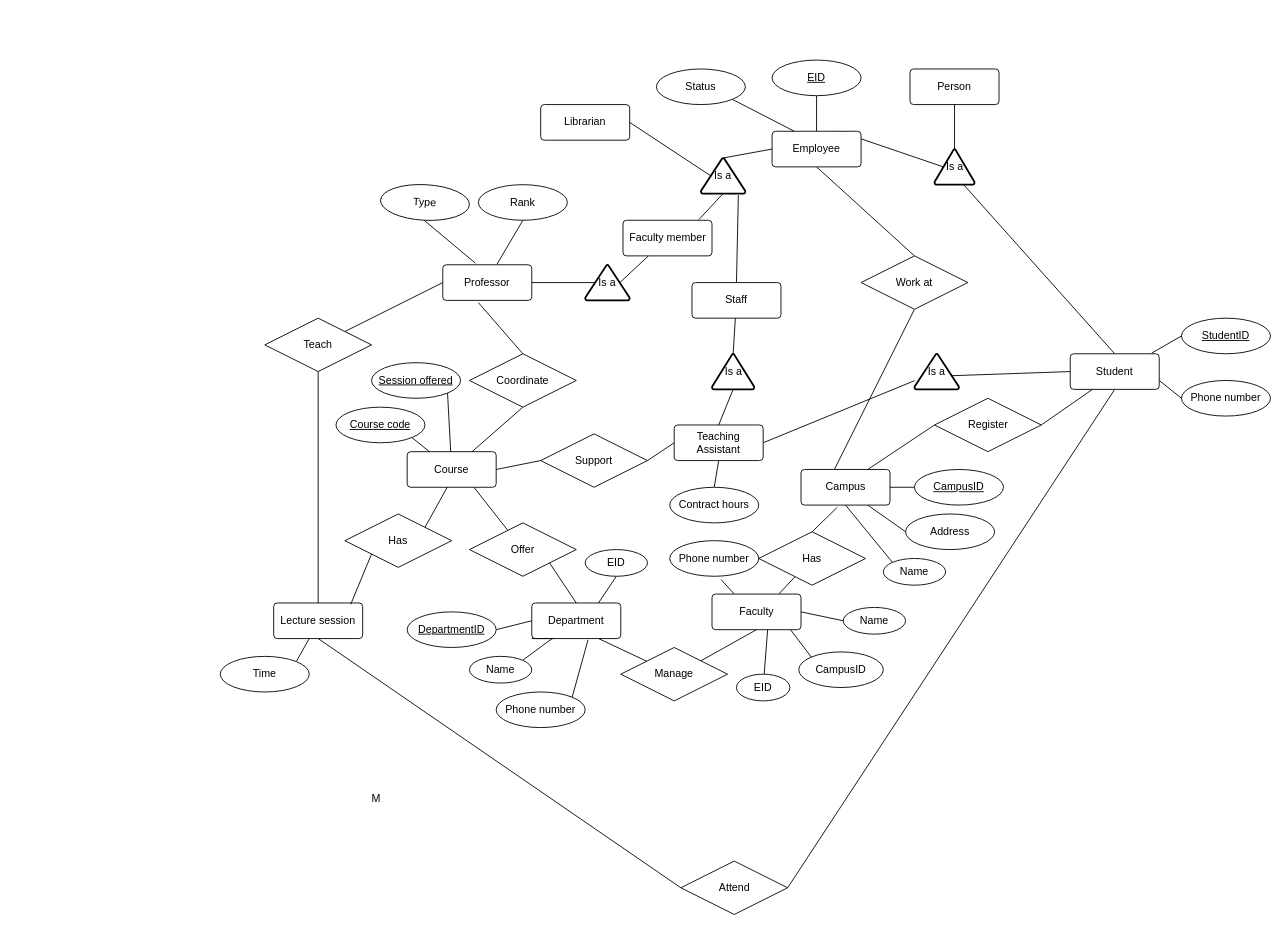
Earlier version of the draw.io diagram Untitled Diagram.drawio (ListenBuddy/CSC343LAB2). Source tidied: cells renumbered, new cells numbered last; positions are measured from the earlier drawing's top-left corner, leaving out a move shared by most shapes. Both pictures are drawn from the tidied source at 89%, with x=0, y=0 at pixel (220, 60).
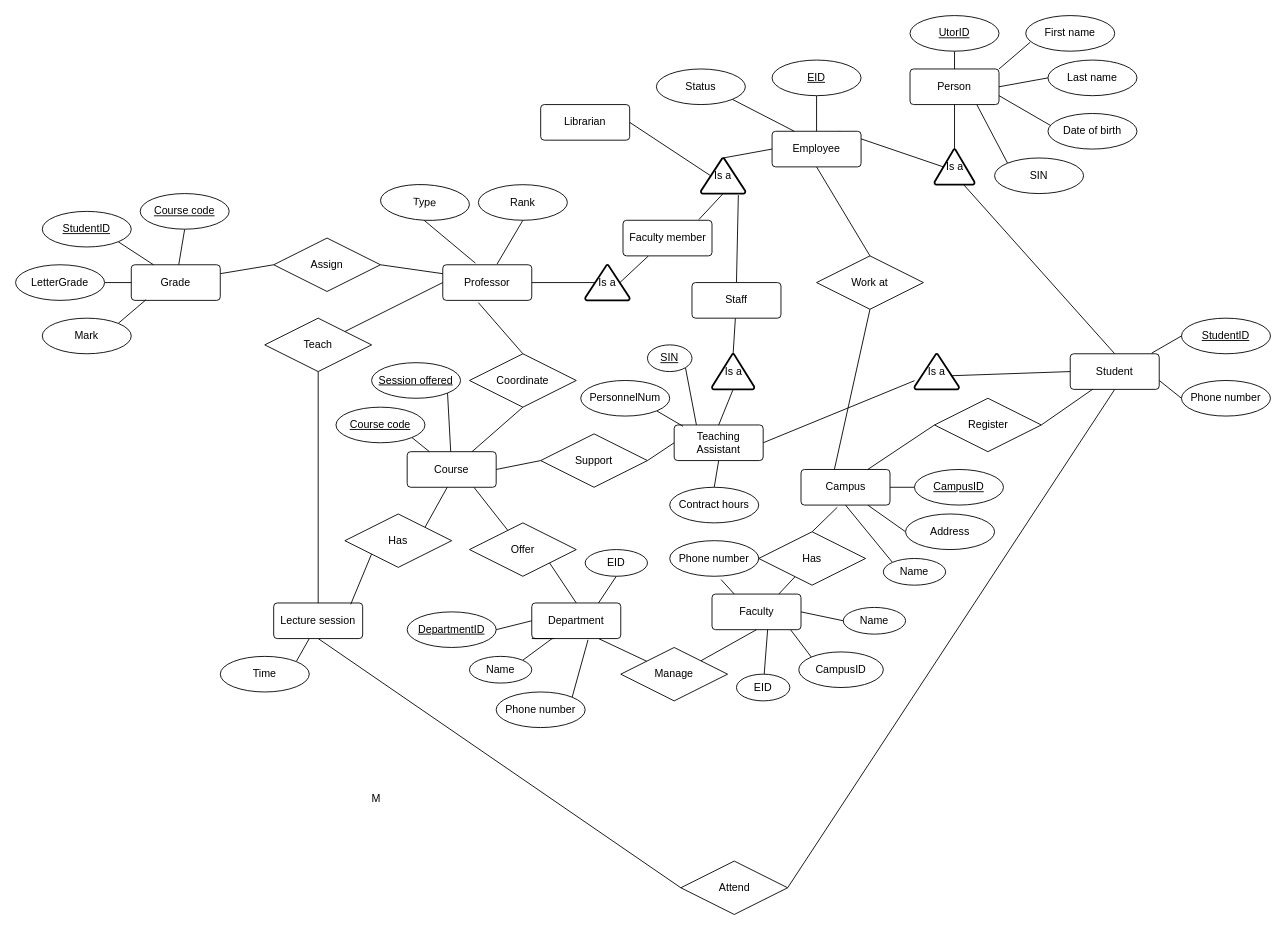
Above is the later version.

Unchanged cells that the change refers to:
```xml
<mxCell id="31" value="Professor" style="rounded=1;arcSize=10;whiteSpace=wrap;html=1;align=center;" parent="1" vertex="1">
  <mxGeometry x="250" y="230" width="100" height="40" as="geometry" />
</mxCell>
<mxCell id="46" value="Person" style="rounded=1;arcSize=10;whiteSpace=wrap;html=1;align=center;" parent="1" vertex="1">
  <mxGeometry x="775" y="10" width="100" height="40" as="geometry" />
</mxCell>
<mxCell id="63" value="Teaching Assistant" style="rounded=1;arcSize=10;whiteSpace=wrap;html=1;align=center;" parent="1" vertex="1">
  <mxGeometry x="510" y="410" width="100" height="40" as="geometry" />
</mxCell>
```

Diff of the diagram source:
```diff
@@
+    <mxCell id="114" style="edgeStyle=none;rounded=0;jettySize=auto;html=1;exitX=0.5;exitY=0;exitDx=0;exitDy=0;endArrow=none;endFill=0;" parent="1" edge="1" source="46" target="118">
+      <mxGeometry relative="1" as="geometry" />
+    </mxCell>
+    <mxCell id="115" style="edgeStyle=none;rounded=0;jettySize=auto;html=1;exitX=0.75;exitY=1;exitDx=0;exitDy=0;entryX=0;entryY=0;entryDx=0;entryDy=0;endArrow=none;endFill=0;" parent="1" edge="1" source="46" target="123">
+      <mxGeometry relative="1" as="geometry" />
+    </mxCell>
+    <mxCell id="116" style="edgeStyle=none;rounded=0;jettySize=auto;html=1;exitX=1;exitY=0.75;exitDx=0;exitDy=0;entryX=0.032;entryY=0.342;entryDx=0;entryDy=0;entryPerimeter=0;endArrow=none;endFill=0;" parent="1" edge="1" source="46" target="122">
+      <mxGeometry relative="1" as="geometry" />
+    </mxCell>
+    <mxCell id="117" style="edgeStyle=none;rounded=0;jettySize=auto;html=1;exitX=1;exitY=0;exitDx=0;exitDy=0;entryX=0.05;entryY=0.75;entryDx=0;entryDy=0;entryPerimeter=0;endArrow=none;endFill=0;" parent="1" edge="1" source="46" target="119">
+      <mxGeometry relative="1" as="geometry" />
+    </mxCell>
@@
     <mxCell id="88" value="Work at" style="shape=rhombus;perimeter=rhombusPerimeter;whiteSpace=wrap;html=1;align=center;" parent="1" vertex="1">
-      <mxGeometry x="720" y="220" width="120" height="60" as="geometry" />
+      <mxGeometry x="670" y="220" width="120" height="60" as="geometry" />
     </mxCell>
@@
+    <mxCell id="118" value="UtorID" style="ellipse;whiteSpace=wrap;html=1;align=center;fontStyle=4;" parent="1" vertex="1">
+      <mxGeometry x="775" y="-50" width="100" height="40" as="geometry" />
+    </mxCell>
+    <mxCell id="119" value="First name" style="ellipse;whiteSpace=wrap;html=1;align=center;" parent="1" vertex="1">
+      <mxGeometry x="905" y="-50" width="100" height="40" as="geometry" />
+    </mxCell>
+    <mxCell id="120" style="edgeStyle=none;rounded=0;jettySize=auto;html=1;exitX=0;exitY=0.5;exitDx=0;exitDy=0;entryX=1;entryY=0.5;entryDx=0;entryDy=0;endArrow=none;endFill=0;" parent="1" edge="1" source="121" target="46">
+      <mxGeometry relative="1" as="geometry" />
+    </mxCell>
+    <mxCell id="121" value="Last name" style="ellipse;whiteSpace=wrap;html=1;align=center;" parent="1" vertex="1">
+      <mxGeometry x="930" width="100" height="40" as="geometry" />
+    </mxCell>
+    <mxCell id="122" value="Date of birth" style="ellipse;whiteSpace=wrap;html=1;align=center;" parent="1" vertex="1">
+      <mxGeometry x="930" y="60" width="100" height="40" as="geometry" />
+    </mxCell>
+    <mxCell id="123" value="SIN" style="ellipse;whiteSpace=wrap;html=1;align=center;" parent="1" vertex="1">
+      <mxGeometry x="870" y="110" width="100" height="40" as="geometry" />
+    </mxCell>
+    <mxCell id="124" style="edgeStyle=none;rounded=0;jettySize=auto;html=1;exitX=1;exitY=0.25;exitDx=0;exitDy=0;entryX=0;entryY=0.5;entryDx=0;entryDy=0;endArrow=none;endFill=0;" parent="1" edge="1" source="125" target="127">
+      <mxGeometry relative="1" as="geometry" />
+    </mxCell>
+    <mxCell id="125" value="Grade" style="rounded=1;arcSize=10;whiteSpace=wrap;html=1;align=center;" parent="1" vertex="1">
+      <mxGeometry x="-100" y="230" width="100" height="40" as="geometry" />
+    </mxCell>
+    <mxCell id="126" style="edgeStyle=none;rounded=0;jettySize=auto;html=1;exitX=1;exitY=0.5;exitDx=0;exitDy=0;entryX=0;entryY=0.25;entryDx=0;entryDy=0;endArrow=none;endFill=0;" parent="1" edge="1" source="127" target="31">
+      <mxGeometry relative="1" as="geometry" />
+    </mxCell>
+    <mxCell id="127" value="Assign" style="shape=rhombus;perimeter=rhombusPerimeter;whiteSpace=wrap;html=1;align=center;" parent="1" vertex="1">
+      <mxGeometry x="60" y="200" width="120" height="60" as="geometry" />
+    </mxCell>
+    <mxCell id="128" style="edgeStyle=none;rounded=0;jettySize=auto;html=1;exitX=1;exitY=1;exitDx=0;exitDy=0;entryX=0.099;entryY=0.036;entryDx=0;entryDy=0;endArrow=none;endFill=0;entryPerimeter=0;" parent="1" edge="1" source="129" target="63">
+      <mxGeometry relative="1" as="geometry" />
+    </mxCell>
+    <mxCell id="129" value="PersonnelNum" style="ellipse;whiteSpace=wrap;html=1;align=center;" parent="1" vertex="1">
+      <mxGeometry x="405" y="360" width="100" height="40" as="geometry" />
+    </mxCell>
+    <mxCell id="130" style="edgeStyle=none;rounded=0;jettySize=auto;html=1;exitX=1;exitY=1;exitDx=0;exitDy=0;entryX=0.25;entryY=0;entryDx=0;entryDy=0;endArrow=none;endFill=0;" parent="1" edge="1" source="131" target="63">
+      <mxGeometry relative="1" as="geometry" />
+    </mxCell>
+    <mxCell id="131" value="SIN" style="ellipse;whiteSpace=wrap;html=1;align=center;fontStyle=4;" parent="1" vertex="1">
+      <mxGeometry x="480" y="320" width="50" height="30" as="geometry" />
+    </mxCell>
+    <mxCell id="132" style="edgeStyle=none;rounded=0;jettySize=auto;html=1;exitX=1;exitY=0.5;exitDx=0;exitDy=0;entryX=0;entryY=0.5;entryDx=0;entryDy=0;endArrow=none;endFill=0;" parent="1" edge="1" source="133" target="125">
+      <mxGeometry relative="1" as="geometry" />
+    </mxCell>
+    <mxCell id="133" value="LetterGrade" style="ellipse;whiteSpace=wrap;html=1;align=center;" parent="1" vertex="1">
+      <mxGeometry x="-230" y="230" width="100" height="40" as="geometry" />
+    </mxCell>
+    <mxCell id="134" style="edgeStyle=none;rounded=0;jettySize=auto;html=1;exitX=1;exitY=0;exitDx=0;exitDy=0;entryX=0.166;entryY=0.981;entryDx=0;entryDy=0;entryPerimeter=0;endArrow=none;endFill=0;" parent="1" edge="1" source="135" target="125">
+      <mxGeometry relative="1" as="geometry" />
+    </mxCell>
+    <mxCell id="135" value="Mark" style="ellipse;whiteSpace=wrap;html=1;align=center;" parent="1" vertex="1">
+      <mxGeometry x="-200" y="290" width="100" height="40" as="geometry" />
+    </mxCell>
+    <mxCell id="136" style="edgeStyle=none;rounded=0;jettySize=auto;html=1;exitX=1;exitY=1;exitDx=0;exitDy=0;entryX=0.25;entryY=0;entryDx=0;entryDy=0;endArrow=none;endFill=0;" parent="1" edge="1" source="137" target="125">
+      <mxGeometry relative="1" as="geometry" />
+    </mxCell>
+    <mxCell id="137" value="StudentID" style="ellipse;whiteSpace=wrap;html=1;align=center;fontStyle=4;" parent="1" vertex="1">
+      <mxGeometry x="-200" y="170" width="100" height="40" as="geometry" />
+    </mxCell>
+    <mxCell id="138" style="edgeStyle=none;rounded=0;jettySize=auto;html=1;exitX=0.5;exitY=1;exitDx=0;exitDy=0;endArrow=none;endFill=0;" parent="1" edge="1" source="139" target="125">
+      <mxGeometry relative="1" as="geometry" />
+    </mxCell>
+    <mxCell id="139" value="Course code" style="ellipse;whiteSpace=wrap;html=1;align=center;fontStyle=4;" parent="1" vertex="1">
+      <mxGeometry x="-90" y="150" width="100" height="40" as="geometry" />
+    </mxCell>
```
